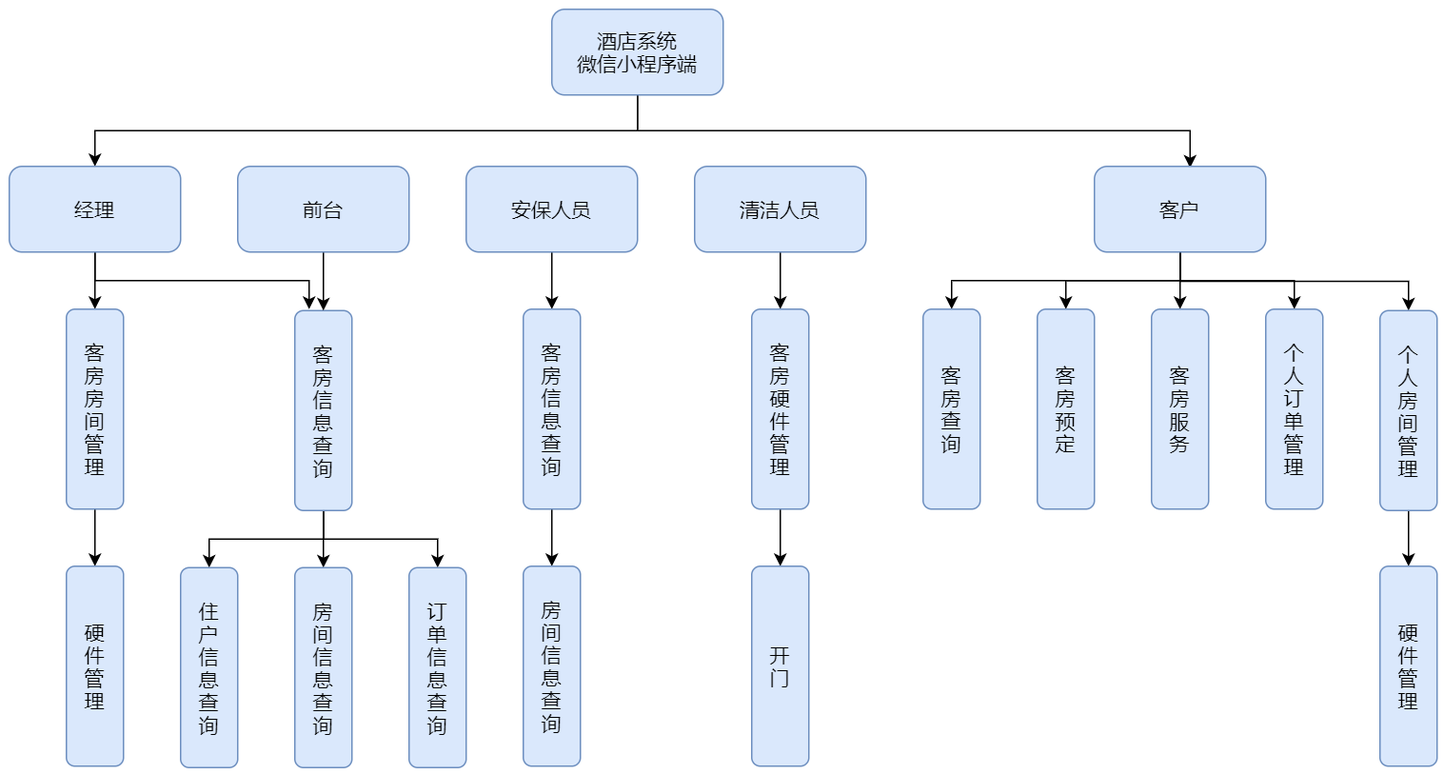
The draw.io diagram docs/src/微信小程序界面层.png in AndSonder/smart-hotel-database, before a commit. Source tidied: cells renumbered, new cells last; positions are measured from the earlier drawing's top-left corner, leaving out a move shared by most shapes. Its diagram source:
```xml
<mxGraphModel>
  <root>
    <mxCell id="0" />
    <mxCell id="1" parent="0" />
    <mxCell id="2" style="edgeStyle=orthogonalEdgeStyle;rounded=0;jettySize=auto;html=1;exitX=0.5;exitY=1;exitDx=0;exitDy=0;fontSize=14;" parent="1" edge="1" source="4" target="7">
      <mxGeometry relative="1" as="geometry" />
    </mxCell>
    <mxCell id="3" style="edgeStyle=orthogonalEdgeStyle;rounded=0;jettySize=auto;html=1;exitX=0.5;exitY=1;exitDx=0;exitDy=0;entryX=0.558;entryY=0.017;entryDx=0;entryDy=0;entryPerimeter=0;fontSize=14;" parent="1" edge="1" source="4" target="13">
      <mxGeometry relative="1" as="geometry" />
    </mxCell>
    <mxCell id="4" value="酒店系统&lt;br style=&quot;font-size: 14px;&quot;&gt;微信小程序端" style="rounded=1;whiteSpace=wrap;html=1;fillColor=#dae8fc;strokeColor=#6c8ebf;shadow=0;glass=0;sketch=0;fontSize=14;" parent="1" vertex="1">
      <mxGeometry x="380" width="120" height="60" as="geometry" />
    </mxCell>
    <mxCell id="5" style="edgeStyle=orthogonalEdgeStyle;rounded=0;jettySize=auto;html=1;exitX=0.5;exitY=1;exitDx=0;exitDy=0;entryX=0.5;entryY=0;entryDx=0;entryDy=0;fontSize=14;" parent="1" edge="1" source="7" target="24">
      <mxGeometry relative="1" as="geometry" />
    </mxCell>
    <mxCell id="6" style="edgeStyle=orthogonalEdgeStyle;rounded=0;jettySize=auto;html=1;exitX=0.5;exitY=1;exitDx=0;exitDy=0;fontSize=14;" parent="1" edge="1" source="7">
      <mxGeometry relative="1" as="geometry">
        <mxPoint x="210" y="210" as="targetPoint" />
      </mxGeometry>
    </mxCell>
    <mxCell id="7" value="经理" style="rounded=1;whiteSpace=wrap;html=1;fillColor=#dae8fc;strokeColor=#6c8ebf;shadow=0;sketch=0;fontSize=14;" parent="1" vertex="1">
      <mxGeometry y="110" width="120" height="60" as="geometry" />
    </mxCell>
    <mxCell id="8" style="edgeStyle=orthogonalEdgeStyle;rounded=0;jettySize=auto;html=1;exitX=0.5;exitY=1;exitDx=0;exitDy=0;entryX=0.5;entryY=0;entryDx=0;entryDy=0;fontSize=14;" parent="1" edge="1" source="13" target="14">
      <mxGeometry relative="1" as="geometry" />
    </mxCell>
    <mxCell id="9" style="edgeStyle=orthogonalEdgeStyle;rounded=0;jettySize=auto;html=1;exitX=0.5;exitY=1;exitDx=0;exitDy=0;entryX=0.5;entryY=0;entryDx=0;entryDy=0;fontSize=14;" parent="1" edge="1" source="13" target="16">
      <mxGeometry relative="1" as="geometry" />
    </mxCell>
    <mxCell id="10" style="edgeStyle=orthogonalEdgeStyle;rounded=0;jettySize=auto;html=1;exitX=0.5;exitY=1;exitDx=0;exitDy=0;entryX=0.5;entryY=0;entryDx=0;entryDy=0;fontSize=14;" parent="1" edge="1" source="13" target="15">
      <mxGeometry relative="1" as="geometry" />
    </mxCell>
    <mxCell id="11" style="edgeStyle=orthogonalEdgeStyle;rounded=0;jettySize=auto;html=1;exitX=0.5;exitY=1;exitDx=0;exitDy=0;fontSize=14;" parent="1" edge="1" source="13" target="18">
      <mxGeometry relative="1" as="geometry" />
    </mxCell>
    <mxCell id="12" style="edgeStyle=orthogonalEdgeStyle;rounded=0;jettySize=auto;html=1;exitX=0.5;exitY=1;exitDx=0;exitDy=0;entryX=0.5;entryY=0;entryDx=0;entryDy=0;fontSize=14;" parent="1" edge="1" source="13" target="26">
      <mxGeometry relative="1" as="geometry" />
    </mxCell>
    <mxCell id="13" value="客户" style="rounded=1;whiteSpace=wrap;html=1;fillColor=#dae8fc;strokeColor=#6c8ebf;shadow=0;sketch=0;fontSize=14;" parent="1" vertex="1">
      <mxGeometry x="760" y="110" width="120" height="60" as="geometry" />
    </mxCell>
    <mxCell id="14" value="&lt;span style=&quot;font-size: 14px;&quot;&gt;客&lt;/span&gt;&lt;br style=&quot;font-size: 14px;&quot;&gt;&lt;span style=&quot;font-size: 14px;&quot;&gt;房&lt;/span&gt;&lt;br style=&quot;font-size: 14px;&quot;&gt;&lt;span style=&quot;font-size: 14px;&quot;&gt;查&lt;/span&gt;&lt;br style=&quot;font-size: 14px;&quot;&gt;&lt;span style=&quot;font-size: 14px;&quot;&gt;询&lt;/span&gt;" style="rounded=1;whiteSpace=wrap;html=1;fillColor=#dae8fc;strokeColor=#6c8ebf;shadow=0;sketch=0;fontSize=14;" parent="1" vertex="1">
      <mxGeometry x="640" y="210" width="40" height="140" as="geometry" />
    </mxCell>
    <mxCell id="15" value="个&lt;br style=&quot;font-size: 14px;&quot;&gt;人&lt;br style=&quot;font-size: 14px;&quot;&gt;订&lt;br style=&quot;font-size: 14px;&quot;&gt;单&lt;br style=&quot;font-size: 14px;&quot;&gt;管&lt;br style=&quot;font-size: 14px;&quot;&gt;理" style="rounded=1;whiteSpace=wrap;html=1;fillColor=#dae8fc;strokeColor=#6c8ebf;shadow=0;sketch=0;fontSize=14;" parent="1" vertex="1">
      <mxGeometry x="880" y="210" width="40" height="140" as="geometry" />
    </mxCell>
    <mxCell id="16" value="客&lt;br style=&quot;font-size: 14px;&quot;&gt;房&lt;br style=&quot;font-size: 14px;&quot;&gt;预&lt;br style=&quot;font-size: 14px;&quot;&gt;定" style="rounded=1;whiteSpace=wrap;html=1;fillColor=#dae8fc;strokeColor=#6c8ebf;shadow=0;sketch=0;fontSize=14;" parent="1" vertex="1">
      <mxGeometry x="720" y="210" width="40" height="140" as="geometry" />
    </mxCell>
    <mxCell id="17" style="edgeStyle=orthogonalEdgeStyle;rounded=0;jettySize=auto;html=1;exitX=0.5;exitY=1;exitDx=0;exitDy=0;entryX=0.5;entryY=0;entryDx=0;entryDy=0;fontSize=14;" parent="1" edge="1" source="18" target="25">
      <mxGeometry relative="1" as="geometry" />
    </mxCell>
    <mxCell id="18" value="个&lt;br style=&quot;font-size: 14px;&quot;&gt;人&lt;br style=&quot;font-size: 14px;&quot;&gt;房&lt;br style=&quot;font-size: 14px;&quot;&gt;间&lt;br style=&quot;font-size: 14px;&quot;&gt;管&lt;br style=&quot;font-size: 14px;&quot;&gt;理" style="rounded=1;whiteSpace=wrap;html=1;fillColor=#dae8fc;strokeColor=#6c8ebf;shadow=0;sketch=0;fontSize=14;" parent="1" vertex="1">
      <mxGeometry x="960" y="211" width="40" height="140" as="geometry" />
    </mxCell>
    <mxCell id="19" style="edgeStyle=orthogonalEdgeStyle;rounded=0;jettySize=auto;html=1;exitX=0.5;exitY=1;exitDx=0;exitDy=0;entryX=0.5;entryY=0;entryDx=0;entryDy=0;fontSize=14;" parent="1" edge="1" source="22" target="28">
      <mxGeometry relative="1" as="geometry" />
    </mxCell>
    <mxCell id="20" style="edgeStyle=orthogonalEdgeStyle;rounded=0;jettySize=auto;html=1;exitX=0.5;exitY=1;exitDx=0;exitDy=0;entryX=0.5;entryY=0;entryDx=0;entryDy=0;fontSize=14;" parent="1" edge="1" source="22" target="27">
      <mxGeometry relative="1" as="geometry" />
    </mxCell>
    <mxCell id="21" style="edgeStyle=orthogonalEdgeStyle;rounded=0;jettySize=auto;html=1;exitX=0.5;exitY=1;exitDx=0;exitDy=0;entryX=0.5;entryY=0;entryDx=0;entryDy=0;fontSize=14;" parent="1" edge="1" source="22" target="29">
      <mxGeometry relative="1" as="geometry" />
    </mxCell>
    <mxCell id="22" value="&lt;span style=&quot;font-size: 14px;&quot;&gt;客&lt;/span&gt;&lt;br style=&quot;font-size: 14px;&quot;&gt;&lt;span style=&quot;font-size: 14px;&quot;&gt;房&lt;br style=&quot;font-size: 14px;&quot;&gt;&lt;/span&gt;信&lt;br style=&quot;font-size: 14px;&quot;&gt;息&lt;br style=&quot;font-size: 14px;&quot;&gt;&lt;span style=&quot;font-size: 14px;&quot;&gt;查&lt;br style=&quot;font-size: 14px;&quot;&gt;询&lt;br style=&quot;font-size: 14px;&quot;&gt;&lt;/span&gt;" style="rounded=1;whiteSpace=wrap;html=1;fillColor=#dae8fc;strokeColor=#6c8ebf;shadow=0;sketch=0;fontSize=14;" parent="1" vertex="1">
      <mxGeometry x="200" y="211" width="40" height="140" as="geometry" />
    </mxCell>
    <mxCell id="23" style="edgeStyle=orthogonalEdgeStyle;rounded=0;jettySize=auto;html=1;exitX=0.5;exitY=1;exitDx=0;exitDy=0;entryX=0.5;entryY=0;entryDx=0;entryDy=0;fontSize=14;" parent="1" edge="1" source="24" target="30">
      <mxGeometry relative="1" as="geometry" />
    </mxCell>
    <mxCell id="24" value="客&lt;br style=&quot;font-size: 14px;&quot;&gt;房&lt;br style=&quot;font-size: 14px;&quot;&gt;房&lt;br style=&quot;font-size: 14px;&quot;&gt;间&lt;br style=&quot;font-size: 14px;&quot;&gt;管&lt;br style=&quot;font-size: 14px;&quot;&gt;理" style="rounded=1;whiteSpace=wrap;html=1;fillColor=#dae8fc;strokeColor=#6c8ebf;shadow=0;sketch=0;fontSize=14;" parent="1" vertex="1">
      <mxGeometry x="40" y="210" width="40" height="140" as="geometry" />
    </mxCell>
    <mxCell id="25" value="硬&lt;br style=&quot;font-size: 14px;&quot;&gt;件&lt;br style=&quot;font-size: 14px;&quot;&gt;管&lt;br style=&quot;font-size: 14px;&quot;&gt;理" style="rounded=1;whiteSpace=wrap;html=1;fillColor=#dae8fc;strokeColor=#6c8ebf;shadow=0;sketch=0;fontSize=14;" parent="1" vertex="1">
      <mxGeometry x="960" y="390" width="40" height="140" as="geometry" />
    </mxCell>
    <mxCell id="26" value="&lt;span style=&quot;font-size: 14px;&quot;&gt;客&lt;/span&gt;&lt;br style=&quot;font-size: 14px;&quot;&gt;&lt;span style=&quot;font-size: 14px;&quot;&gt;房&lt;/span&gt;&lt;br style=&quot;font-size: 14px;&quot;&gt;服&lt;br style=&quot;font-size: 14px;&quot;&gt;务" style="rounded=1;whiteSpace=wrap;html=1;fillColor=#dae8fc;strokeColor=#6c8ebf;shadow=0;sketch=0;fontSize=14;" parent="1" vertex="1">
      <mxGeometry x="800" y="210" width="40" height="140" as="geometry" />
    </mxCell>
    <mxCell id="27" value="房&lt;br style=&quot;font-size: 14px;&quot;&gt;间&lt;br style=&quot;font-size: 14px;&quot;&gt;信&lt;br style=&quot;font-size: 14px;&quot;&gt;息&lt;br style=&quot;font-size: 14px;&quot;&gt;&lt;span style=&quot;font-size: 14px;&quot;&gt;查&lt;br style=&quot;font-size: 14px;&quot;&gt;询&lt;br style=&quot;font-size: 14px;&quot;&gt;&lt;/span&gt;" style="rounded=1;whiteSpace=wrap;html=1;fillColor=#dae8fc;strokeColor=#6c8ebf;shadow=0;sketch=0;fontSize=14;" parent="1" vertex="1">
      <mxGeometry x="200" y="391" width="40" height="140" as="geometry" />
    </mxCell>
    <mxCell id="28" value="住&lt;br style=&quot;font-size: 14px;&quot;&gt;户&lt;br style=&quot;font-size: 14px;&quot;&gt;信&lt;br style=&quot;font-size: 14px;&quot;&gt;息&lt;br style=&quot;font-size: 14px;&quot;&gt;&lt;span style=&quot;font-size: 14px;&quot;&gt;查&lt;br style=&quot;font-size: 14px;&quot;&gt;询&lt;br style=&quot;font-size: 14px;&quot;&gt;&lt;/span&gt;" style="rounded=1;whiteSpace=wrap;html=1;fillColor=#dae8fc;strokeColor=#6c8ebf;shadow=0;sketch=0;fontSize=14;" parent="1" vertex="1">
      <mxGeometry x="120" y="391" width="40" height="140" as="geometry" />
    </mxCell>
    <mxCell id="29" value="订&lt;br style=&quot;font-size: 14px;&quot;&gt;单&lt;br style=&quot;font-size: 14px;&quot;&gt;信&lt;br style=&quot;font-size: 14px;&quot;&gt;息&lt;br style=&quot;font-size: 14px;&quot;&gt;&lt;span style=&quot;font-size: 14px;&quot;&gt;查&lt;br style=&quot;font-size: 14px;&quot;&gt;询&lt;br style=&quot;font-size: 14px;&quot;&gt;&lt;/span&gt;" style="rounded=1;whiteSpace=wrap;html=1;fillColor=#dae8fc;strokeColor=#6c8ebf;shadow=0;sketch=0;fontSize=14;" parent="1" vertex="1">
      <mxGeometry x="280" y="391" width="40" height="140" as="geometry" />
    </mxCell>
    <mxCell id="30" value="硬&lt;br style=&quot;font-size: 14px;&quot;&gt;件&lt;br style=&quot;font-size: 14px;&quot;&gt;管&lt;br style=&quot;font-size: 14px;&quot;&gt;理" style="rounded=1;whiteSpace=wrap;html=1;fillColor=#dae8fc;strokeColor=#6c8ebf;shadow=0;sketch=0;fontSize=14;" parent="1" vertex="1">
      <mxGeometry x="40" y="390" width="40" height="140" as="geometry" />
    </mxCell>
    <mxCell id="31" style="edgeStyle=orthogonalEdgeStyle;rounded=0;jettySize=auto;html=1;exitX=0.5;exitY=1;exitDx=0;exitDy=0;entryX=0.5;entryY=0;entryDx=0;entryDy=0;fontSize=14;" parent="1" edge="1" source="32" target="22">
      <mxGeometry relative="1" as="geometry" />
    </mxCell>
    <mxCell id="32" value="前台" style="rounded=1;whiteSpace=wrap;html=1;fillColor=#dae8fc;strokeColor=#6c8ebf;shadow=0;sketch=0;fontSize=14;" parent="1" vertex="1">
      <mxGeometry x="160" y="110" width="120" height="60" as="geometry" />
    </mxCell>
    <mxCell id="33" style="edgeStyle=orthogonalEdgeStyle;rounded=0;jettySize=auto;html=1;exitX=0.5;exitY=1;exitDx=0;exitDy=0;entryX=0.5;entryY=0;entryDx=0;entryDy=0;fontSize=14;" parent="1" edge="1" source="34" target="41">
      <mxGeometry relative="1" as="geometry" />
    </mxCell>
    <mxCell id="34" value="安保人员" style="rounded=1;whiteSpace=wrap;html=1;fillColor=#dae8fc;strokeColor=#6c8ebf;shadow=0;sketch=0;fontSize=14;" parent="1" vertex="1">
      <mxGeometry x="320" y="110" width="120" height="60" as="geometry" />
    </mxCell>
    <mxCell id="35" style="edgeStyle=orthogonalEdgeStyle;rounded=0;jettySize=auto;html=1;exitX=0.5;exitY=1;exitDx=0;exitDy=0;entryX=0.5;entryY=0;entryDx=0;entryDy=0;fontSize=14;" parent="1" edge="1" source="36" target="38">
      <mxGeometry relative="1" as="geometry" />
    </mxCell>
    <mxCell id="36" value="清洁人员" style="rounded=1;whiteSpace=wrap;html=1;fillColor=#dae8fc;strokeColor=#6c8ebf;shadow=0;sketch=0;fontSize=14;" parent="1" vertex="1">
      <mxGeometry x="480" y="110" width="120" height="60" as="geometry" />
    </mxCell>
    <mxCell id="37" style="edgeStyle=orthogonalEdgeStyle;rounded=0;jettySize=auto;html=1;exitX=0.5;exitY=1;exitDx=0;exitDy=0;entryX=0.5;entryY=0;entryDx=0;entryDy=0;fontSize=14;" parent="1" edge="1" source="38" target="39">
      <mxGeometry relative="1" as="geometry" />
    </mxCell>
    <mxCell id="38" value="客&lt;br style=&quot;font-size: 14px;&quot;&gt;房&lt;br style=&quot;font-size: 14px;&quot;&gt;硬&lt;br style=&quot;font-size: 14px;&quot;&gt;件&lt;br style=&quot;font-size: 14px;&quot;&gt;管&lt;br style=&quot;font-size: 14px;&quot;&gt;理" style="rounded=1;whiteSpace=wrap;html=1;fillColor=#dae8fc;strokeColor=#6c8ebf;shadow=0;sketch=0;fontSize=14;" parent="1" vertex="1">
      <mxGeometry x="520" y="210" width="40" height="140" as="geometry" />
    </mxCell>
    <mxCell id="39" value="开&lt;br style=&quot;font-size: 14px;&quot;&gt;门" style="rounded=1;whiteSpace=wrap;html=1;fillColor=#dae8fc;strokeColor=#6c8ebf;shadow=0;sketch=0;fontSize=14;" parent="1" vertex="1">
      <mxGeometry x="520" y="390" width="40" height="140" as="geometry" />
    </mxCell>
    <mxCell id="40" style="edgeStyle=orthogonalEdgeStyle;rounded=0;jettySize=auto;html=1;exitX=0.5;exitY=1;exitDx=0;exitDy=0;entryX=0.5;entryY=0;entryDx=0;entryDy=0;fontSize=14;" parent="1" edge="1" source="41" target="42">
      <mxGeometry relative="1" as="geometry" />
    </mxCell>
    <mxCell id="41" value="&lt;span style=&quot;font-size: 14px;&quot;&gt;客&lt;/span&gt;&lt;br style=&quot;font-size: 14px;&quot;&gt;&lt;span style=&quot;font-size: 14px;&quot;&gt;房&lt;br style=&quot;font-size: 14px;&quot;&gt;&lt;/span&gt;信&lt;br style=&quot;font-size: 14px;&quot;&gt;息&lt;br style=&quot;font-size: 14px;&quot;&gt;&lt;span style=&quot;font-size: 14px;&quot;&gt;查&lt;br style=&quot;font-size: 14px;&quot;&gt;询&lt;br style=&quot;font-size: 14px;&quot;&gt;&lt;/span&gt;" style="rounded=1;whiteSpace=wrap;html=1;fillColor=#dae8fc;strokeColor=#6c8ebf;shadow=0;sketch=0;fontSize=14;" parent="1" vertex="1">
      <mxGeometry x="360" y="210" width="40" height="140" as="geometry" />
    </mxCell>
    <mxCell id="42" value="房&lt;br style=&quot;font-size: 14px;&quot;&gt;间&lt;br style=&quot;font-size: 14px;&quot;&gt;信&lt;br style=&quot;font-size: 14px;&quot;&gt;息&lt;br style=&quot;font-size: 14px;&quot;&gt;&lt;span style=&quot;font-size: 14px;&quot;&gt;查&lt;br style=&quot;font-size: 14px;&quot;&gt;询&lt;br style=&quot;font-size: 14px;&quot;&gt;&lt;/span&gt;" style="rounded=1;whiteSpace=wrap;html=1;fillColor=#dae8fc;strokeColor=#6c8ebf;shadow=0;sketch=0;fontSize=14;" parent="1" vertex="1">
      <mxGeometry x="360" y="390" width="40" height="140" as="geometry" />
    </mxCell>
  </root>
</mxGraphModel>
```
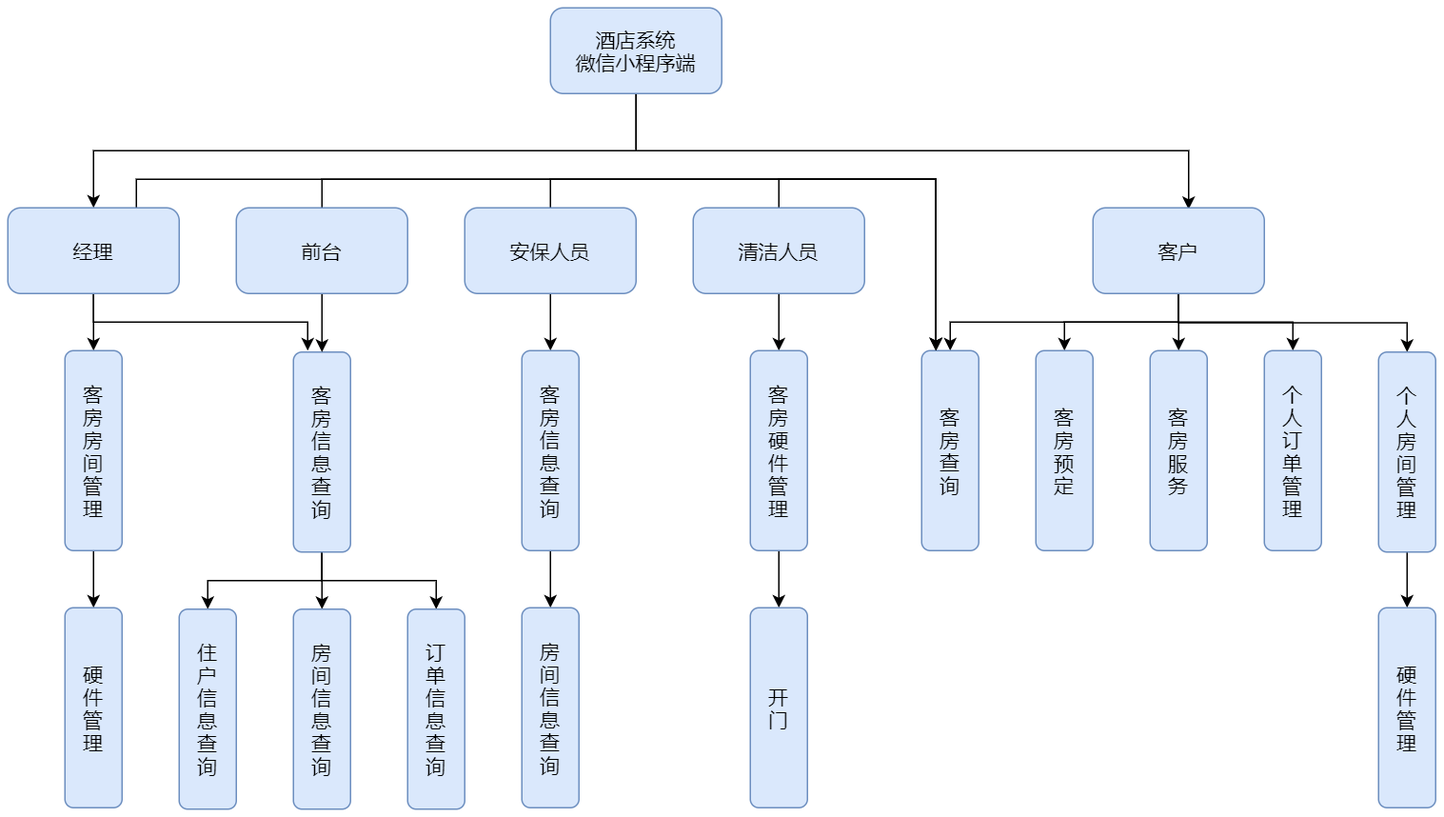
The same diagram one commit later.

What changed in the source:
```diff
@@ -9,7 +9,7 @@
       <mxGeometry relative="1" as="geometry" />
     </mxCell>
     <mxCell id="4" value="酒店系统&lt;br style=&quot;font-size: 14px;&quot;&gt;微信小程序端" style="rounded=1;whiteSpace=wrap;html=1;fillColor=#dae8fc;strokeColor=#6c8ebf;shadow=0;glass=0;sketch=0;fontSize=14;" parent="1" vertex="1">
-      <mxGeometry x="380" width="120" height="60" as="geometry" />
+      <mxGeometry x="380" y="-30" width="120" height="60" as="geometry" />
     </mxCell>
     <mxCell id="5" style="edgeStyle=orthogonalEdgeStyle;rounded=0;jettySize=auto;html=1;exitX=0.5;exitY=1;exitDx=0;exitDy=0;entryX=0.5;entryY=0;entryDx=0;entryDy=0;fontSize=14;" parent="1" edge="1" source="7" target="24">
       <mxGeometry relative="1" as="geometry" />
@@ -19,6 +19,9 @@
         <mxPoint x="210" y="210" as="targetPoint" />
       </mxGeometry>
     </mxCell>
+    <mxCell id="43" style="edgeStyle=orthogonalEdgeStyle;rounded=0;jettySize=auto;html=1;exitX=0.75;exitY=0;exitDx=0;exitDy=0;entryX=0.25;entryY=0;entryDx=0;entryDy=0;fontSize=16;" parent="1" edge="1" source="7" target="14">
+      <mxGeometry relative="1" as="geometry" />
+    </mxCell>
     <mxCell id="7" value="经理" style="rounded=1;whiteSpace=wrap;html=1;fillColor=#dae8fc;strokeColor=#6c8ebf;shadow=0;sketch=0;fontSize=14;" parent="1" vertex="1">
       <mxGeometry y="110" width="120" height="60" as="geometry" />
     </mxCell>
@@ -94,18 +97,33 @@
     <mxCell id="31" style="edgeStyle=orthogonalEdgeStyle;rounded=0;jettySize=auto;html=1;exitX=0.5;exitY=1;exitDx=0;exitDy=0;entryX=0.5;entryY=0;entryDx=0;entryDy=0;fontSize=14;" parent="1" edge="1" source="32" target="22">
       <mxGeometry relative="1" as="geometry" />
     </mxCell>
+    <mxCell id="44" style="edgeStyle=orthogonalEdgeStyle;rounded=0;jettySize=auto;html=1;exitX=0.5;exitY=0;exitDx=0;exitDy=0;fontSize=16;" parent="1" edge="1" source="32">
+      <mxGeometry relative="1" as="geometry">
+        <mxPoint x="650" y="210" as="targetPoint" />
+      </mxGeometry>
+    </mxCell>
     <mxCell id="32" value="前台" style="rounded=1;whiteSpace=wrap;html=1;fillColor=#dae8fc;strokeColor=#6c8ebf;shadow=0;sketch=0;fontSize=14;" parent="1" vertex="1">
       <mxGeometry x="160" y="110" width="120" height="60" as="geometry" />
     </mxCell>
     <mxCell id="33" style="edgeStyle=orthogonalEdgeStyle;rounded=0;jettySize=auto;html=1;exitX=0.5;exitY=1;exitDx=0;exitDy=0;entryX=0.5;entryY=0;entryDx=0;entryDy=0;fontSize=14;" parent="1" edge="1" source="34" target="41">
       <mxGeometry relative="1" as="geometry" />
     </mxCell>
+    <mxCell id="45" style="edgeStyle=orthogonalEdgeStyle;rounded=0;jettySize=auto;html=1;exitX=0.5;exitY=0;exitDx=0;exitDy=0;fontSize=16;" parent="1" edge="1" source="34">
+      <mxGeometry relative="1" as="geometry">
+        <mxPoint x="650" y="210" as="targetPoint" />
+      </mxGeometry>
+    </mxCell>
     <mxCell id="34" value="安保人员" style="rounded=1;whiteSpace=wrap;html=1;fillColor=#dae8fc;strokeColor=#6c8ebf;shadow=0;sketch=0;fontSize=14;" parent="1" vertex="1">
       <mxGeometry x="320" y="110" width="120" height="60" as="geometry" />
     </mxCell>
     <mxCell id="35" style="edgeStyle=orthogonalEdgeStyle;rounded=0;jettySize=auto;html=1;exitX=0.5;exitY=1;exitDx=0;exitDy=0;entryX=0.5;entryY=0;entryDx=0;entryDy=0;fontSize=14;" parent="1" edge="1" source="36" target="38">
       <mxGeometry relative="1" as="geometry" />
     </mxCell>
+    <mxCell id="46" style="edgeStyle=orthogonalEdgeStyle;rounded=0;jettySize=auto;html=1;exitX=0.5;exitY=0;exitDx=0;exitDy=0;fontSize=16;" parent="1" edge="1" source="36">
+      <mxGeometry relative="1" as="geometry">
+        <mxPoint x="650" y="210" as="targetPoint" />
+      </mxGeometry>
+    </mxCell>
     <mxCell id="36" value="清洁人员" style="rounded=1;whiteSpace=wrap;html=1;fillColor=#dae8fc;strokeColor=#6c8ebf;shadow=0;sketch=0;fontSize=14;" parent="1" vertex="1">
       <mxGeometry x="480" y="110" width="120" height="60" as="geometry" />
     </mxCell>
```
